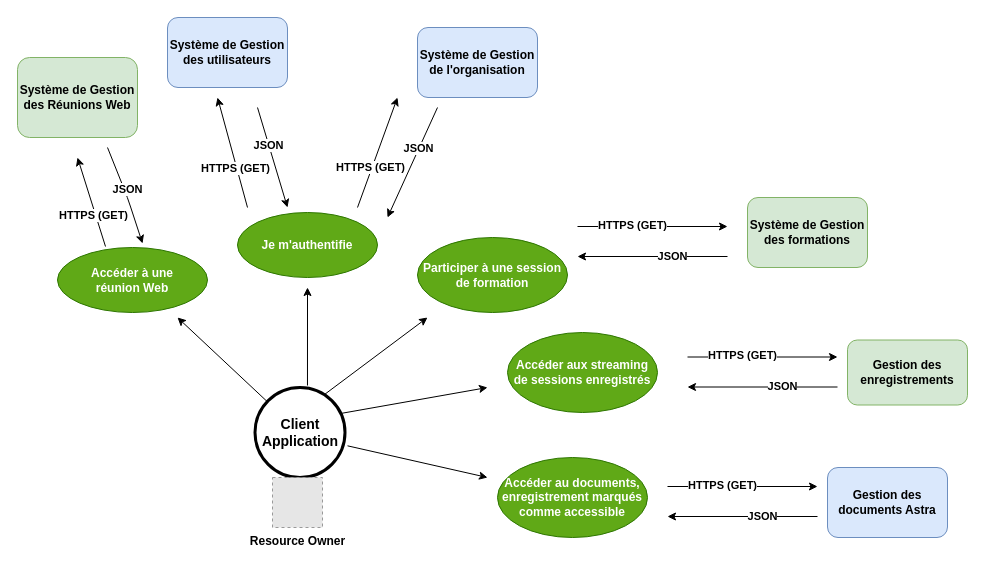
Above: page "UseCase_ComService_Astra" (6 of 10) of AstraComponentDiagr.drawio in Lamessolo/ProjetLeadTech (draw.io), before the change. Source tidied: cells renumbered, new cells numbered last; positions are measured from the earlier drawing's top-left corner, leaving out a move shared by most shapes. Both pictures are drawn from the tidied source at 100%, with x=0, y=0 at pixel (17, 17). Pictures stored in the file or linked from it are replaced by grey dashed boxes.
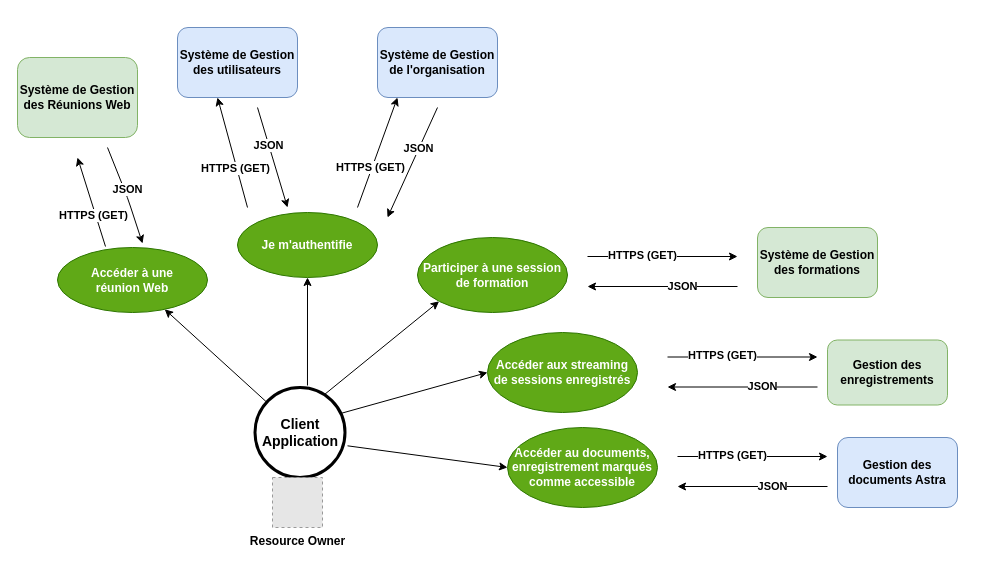
The same page after the edit.

The change refers to these unchanged cells:
```xml
<mxCell id="2" value="&lt;b&gt;Je m'authentifie&lt;/b&gt;" style="ellipse;whiteSpace=wrap;html=1;fillColor=#60a917;strokeColor=#2D7600;fontColor=#ffffff;" parent="1" vertex="1">
  <mxGeometry x="220" y="195" width="140" height="65" as="geometry" />
</mxCell>
<mxCell id="3" value="&lt;b&gt;&lt;font style=&quot;font-size: 14px&quot;&gt;Client&lt;br&gt;Application&lt;br&gt;&lt;/font&gt;&lt;/b&gt;" style="ellipse;whiteSpace=wrap;html=1;strokeWidth=3;" parent="1" vertex="1">
  <mxGeometry x="237.5" y="370" width="90" height="90" as="geometry" />
</mxCell>
<mxCell id="5" value="&lt;b&gt;Accéder&amp;nbsp;à une réunion&amp;nbsp;Web&lt;/b&gt;" style="ellipse;whiteSpace=wrap;html=1;fillColor=#60a917;strokeColor=#2D7600;fontColor=#ffffff;" parent="1" vertex="1">
  <mxGeometry x="40" y="230" width="150" height="65" as="geometry" />
</mxCell>
<mxCell id="8" value="&lt;b&gt;Participer à une session de formation&lt;/b&gt;" style="ellipse;whiteSpace=wrap;html=1;fillColor=#60a917;strokeColor=#2D7600;fontColor=#ffffff;" parent="1" vertex="1">
  <mxGeometry x="400" y="220" width="150" height="75" as="geometry" />
</mxCell>
```

What changed in the source:
```diff
@@
-    <mxCell id="4" style="endArrow=classic;html=1;" parent="1" edge="1" source="3">
-      <mxGeometry relative="1" as="geometry">
-        <mxPoint x="160" y="300" as="targetPoint" />
-      </mxGeometry>
+    <mxCell id="4" style="endArrow=classic;html=1;" parent="1" edge="1" source="3" target="5">
+      <mxGeometry relative="1" as="geometry" />
     </mxCell>
@@
-    <mxCell id="6" style="endArrow=classic;html=1;exitX=0.583;exitY=-0.022;exitDx=0;exitDy=0;exitPerimeter=0;" parent="1" edge="1" source="3">
-      <mxGeometry relative="1" as="geometry">
-        <mxPoint x="290" y="270" as="targetPoint" />
-      </mxGeometry>
+    <mxCell id="6" style="endArrow=classic;html=1;exitX=0.583;exitY=-0.022;exitDx=0;exitDy=0;exitPerimeter=0;" parent="1" edge="1" source="3" target="2">
+      <mxGeometry relative="1" as="geometry" />
     </mxCell>
-    <mxCell id="7" style="endArrow=classic;html=1;exitX=0.772;exitY=0.078;exitDx=0;exitDy=0;exitPerimeter=0;" parent="1" edge="1" source="3">
-      <mxGeometry relative="1" as="geometry">
-        <mxPoint x="410" y="300" as="targetPoint" />
-      </mxGeometry>
+    <mxCell id="7" style="endArrow=classic;html=1;exitX=0.772;exitY=0.078;exitDx=0;exitDy=0;exitPerimeter=0;entryX=0;entryY=1;entryDx=0;entryDy=0;" parent="1" edge="1" source="3" target="8">
+      <mxGeometry relative="1" as="geometry" />
     </mxCell>
@@
     <mxCell id="9" value="&lt;b&gt;Système de Gestion des formations&lt;/b&gt;" style="rounded=1;whiteSpace=wrap;html=1;fillColor=#d5e8d4;strokeColor=#82b366;" parent="1" vertex="1">
-      <mxGeometry x="730" y="180" width="120" height="70" as="geometry" />
+      <mxGeometry x="740" y="210" width="120" height="70" as="geometry" />
     </mxCell>
     <mxCell id="10" style="endArrow=classic;html=1;" parent="1" edge="1">
       <mxGeometry relative="1" as="geometry">
-        <mxPoint x="560" y="209" as="sourcePoint" />
-        <mxPoint x="710" y="209" as="targetPoint" />
+        <mxPoint x="570" y="239" as="sourcePoint" />
+        <mxPoint x="720" y="239" as="targetPoint" />
       </mxGeometry>
     </mxCell>
@@
     <mxCell id="12" style="endArrow=classic;html=1;" parent="1" edge="1">
       <mxGeometry relative="1" as="geometry">
-        <mxPoint x="710" y="239" as="sourcePoint" />
-        <mxPoint x="560" y="239" as="targetPoint" />
+        <mxPoint x="720" y="269" as="sourcePoint" />
+        <mxPoint x="570" y="269" as="targetPoint" />
       </mxGeometry>
     </mxCell>
@@
-    <mxCell id="14" style="endArrow=classic;html=1;exitX=0.95;exitY=0.289;exitDx=0;exitDy=0;exitPerimeter=0;" parent="1" edge="1" source="3">
-      <mxGeometry relative="1" as="geometry">
-        <mxPoint x="470" y="370" as="targetPoint" />
-      </mxGeometry>
+    <mxCell id="14" style="endArrow=classic;html=1;exitX=0.95;exitY=0.289;exitDx=0;exitDy=0;exitPerimeter=0;entryX=0;entryY=0.5;entryDx=0;entryDy=0;" parent="1" edge="1" source="3" target="15">
+      <mxGeometry relative="1" as="geometry" />
     </mxCell>
     <mxCell id="15" value="&lt;b&gt;Accéder&amp;nbsp;aux streaming de sessions enregistrés&lt;/b&gt;" style="ellipse;whiteSpace=wrap;html=1;fillColor=#60a917;strokeColor=#2D7600;fontColor=#ffffff;" parent="1" vertex="1">
-      <mxGeometry x="490" y="315" width="150" height="80" as="geometry" />
+      <mxGeometry x="470" y="315" width="150" height="80" as="geometry" />
     </mxCell>
     <mxCell id="16" value="&lt;b&gt;Accéder&amp;nbsp;au documents, enregistrement marqués comme accessible&lt;/b&gt;" style="ellipse;whiteSpace=wrap;html=1;fillColor=#60a917;strokeColor=#2D7600;fontColor=#ffffff;" parent="1" vertex="1">
-      <mxGeometry x="480" y="440" width="150" height="80" as="geometry" />
+      <mxGeometry x="490" y="410" width="150" height="80" as="geometry" />
     </mxCell>
-    <mxCell id="17" style="endArrow=classic;html=1;exitX=1.028;exitY=0.648;exitDx=0;exitDy=0;exitPerimeter=0;" parent="1" edge="1" source="3">
-      <mxGeometry relative="1" as="geometry">
-        <mxPoint x="470" y="460" as="targetPoint" />
-      </mxGeometry>
+    <mxCell id="17" style="endArrow=classic;html=1;exitX=1.028;exitY=0.648;exitDx=0;exitDy=0;exitPerimeter=0;entryX=0;entryY=0.5;entryDx=0;entryDy=0;" parent="1" edge="1" source="3" target="16">
+      <mxGeometry relative="1" as="geometry" />
     </mxCell>
     <mxCell id="18" value="&lt;b&gt;Gestion des documents Astra&lt;/b&gt;" style="rounded=1;whiteSpace=wrap;html=1;fillColor=#dae8fc;strokeColor=#6c8ebf;" parent="1" vertex="1">
-      <mxGeometry x="810" y="450" width="120" height="70" as="geometry" />
+      <mxGeometry x="820" y="420" width="120" height="70" as="geometry" />
     </mxCell>
     <mxCell id="19" style="endArrow=classic;html=1;" parent="1" edge="1">
       <mxGeometry relative="1" as="geometry">
-        <mxPoint x="650" y="469" as="sourcePoint" />
-        <mxPoint x="800" y="469" as="targetPoint" />
+        <mxPoint x="660" y="439" as="sourcePoint" />
+        <mxPoint x="810" y="439" as="targetPoint" />
       </mxGeometry>
     </mxCell>
@@
     <mxCell id="21" style="endArrow=classic;html=1;" parent="1" edge="1">
       <mxGeometry relative="1" as="geometry">
-        <mxPoint x="800" y="499" as="sourcePoint" />
-        <mxPoint x="650" y="499" as="targetPoint" />
+        <mxPoint x="810" y="469" as="sourcePoint" />
+        <mxPoint x="660" y="469" as="targetPoint" />
       </mxGeometry>
     </mxCell>
@@
     <mxCell id="23" value="&lt;b&gt;&amp;nbsp;Gestion des&amp;nbsp; enregistrements&lt;/b&gt;" style="rounded=1;whiteSpace=wrap;html=1;fillColor=#d5e8d4;strokeColor=#82b366;" parent="1" vertex="1">
-      <mxGeometry x="830" y="322.5" width="120" height="65" as="geometry" />
+      <mxGeometry x="810" y="322.5" width="120" height="65" as="geometry" />
     </mxCell>
     <mxCell id="24" style="endArrow=classic;html=1;" parent="1" edge="1">
       <mxGeometry relative="1" as="geometry">
-        <mxPoint x="670" y="339.5" as="sourcePoint" />
-        <mxPoint x="820" y="339.5" as="targetPoint" />
+        <mxPoint x="650" y="339.5" as="sourcePoint" />
+        <mxPoint x="800" y="339.5" as="targetPoint" />
       </mxGeometry>
     </mxCell>
@@
     <mxCell id="26" style="endArrow=classic;html=1;" parent="1" edge="1">
       <mxGeometry relative="1" as="geometry">
-        <mxPoint x="820" y="369.5" as="sourcePoint" />
-        <mxPoint x="670" y="369.5" as="targetPoint" />
+        <mxPoint x="800" y="369.5" as="sourcePoint" />
+        <mxPoint x="650" y="369.5" as="targetPoint" />
       </mxGeometry>
     </mxCell>
@@
     <mxCell id="30" value="&lt;b&gt;Système de Gestion des utilisateurs&lt;/b&gt;" style="rounded=1;whiteSpace=wrap;html=1;fillColor=#dae8fc;strokeColor=#6c8ebf;" parent="1" vertex="1">
-      <mxGeometry x="150" width="120" height="70" as="geometry" />
+      <mxGeometry x="160" y="10" width="120" height="70" as="geometry" />
     </mxCell>
@@
     <mxCell id="35" value="&lt;b&gt;Système de Gestion de l'organisation&lt;/b&gt;" style="rounded=1;whiteSpace=wrap;html=1;fillColor=#dae8fc;strokeColor=#6c8ebf;" parent="1" vertex="1">
-      <mxGeometry x="400" y="10" width="120" height="70" as="geometry" />
+      <mxGeometry x="360" y="10" width="120" height="70" as="geometry" />
     </mxCell>
```
